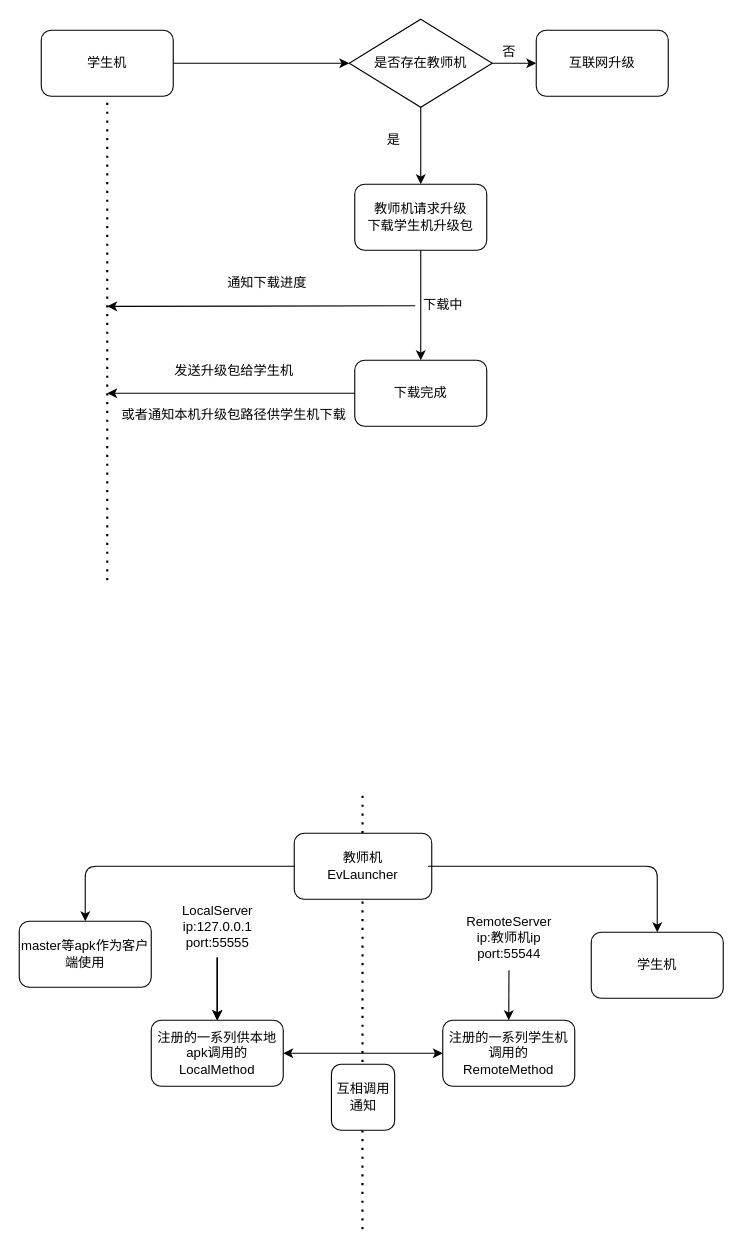
Earlier version of the draw.io diagram 升级包.drawio (kakarottoll/test). Source tidied: cells renumbered, new cells numbered last; positions are measured from the earlier drawing's top-left corner, leaving out a move shared by most shapes. Both pictures are drawn from the tidied source at 110%, with x=0, y=0 at pixel (19, 19).
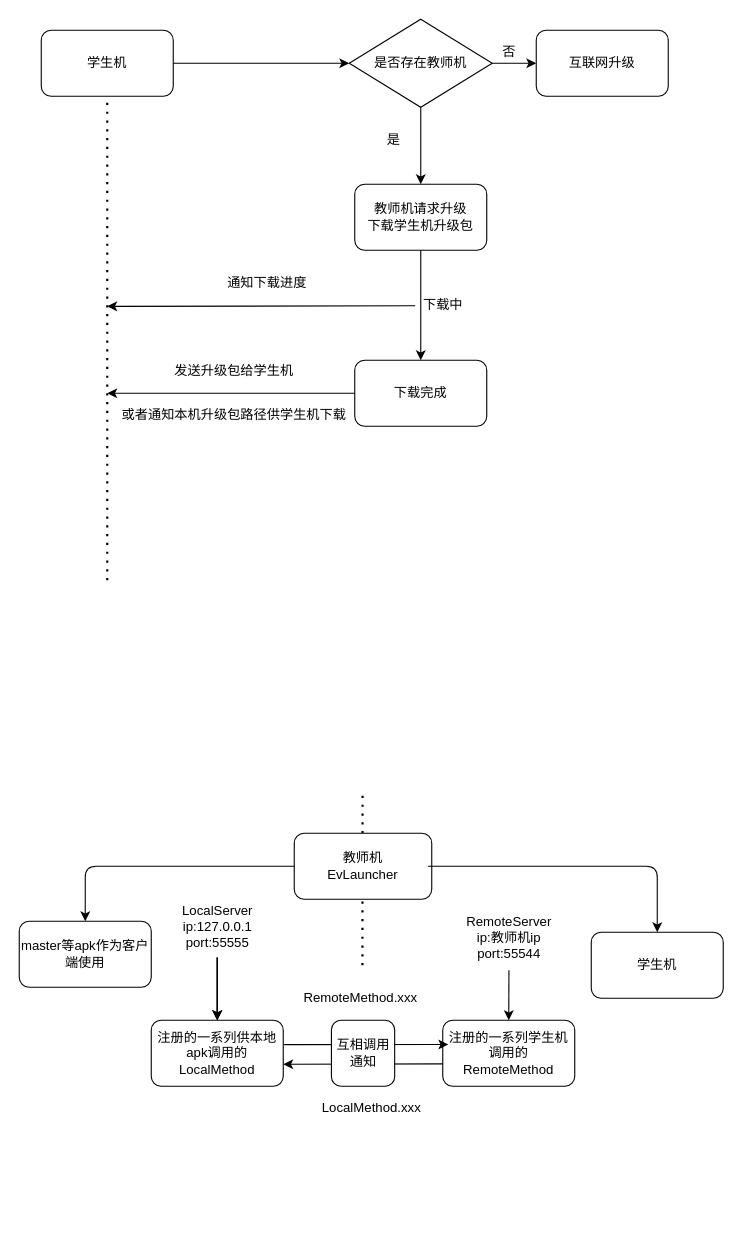
Above is the later version.

Unchanged cells that the change refers to:
```xml
<mxCell id="28" value="注册的一系列供本地apk调用的LocalMethod" style="rounded=1;whiteSpace=wrap;html=1;" parent="1" vertex="1">
  <mxGeometry x="120" y="910" width="120" height="60" as="geometry" />
</mxCell>
<mxCell id="30" value="注册的一系列学生机调用的RemoteMethod" style="rounded=1;whiteSpace=wrap;html=1;" parent="1" vertex="1">
  <mxGeometry x="385" y="910" width="120" height="60" as="geometry" />
</mxCell>
```

What changed in the source:
```diff
@@
     <mxCell id="2" style="endArrow=none;dashed=1;html=1;dashPattern=1 3;strokeWidth=2;" parent="1" edge="1">
       <mxGeometry relative="1" as="geometry">
-        <mxPoint x="312" y="1100" as="sourcePoint" />
+        <mxPoint x="312" y="860" as="sourcePoint" />
         <mxPoint x="312.1" y="700" as="targetPoint" />
       </mxGeometry>
     </mxCell>
@@
-    <mxCell id="34" style="endArrow=classic;startArrow=classic;html=1;exitX=1;exitY=0.5;exitDx=0;exitDy=0;entryX=0;entryY=0.5;entryDx=0;entryDy=0;" parent="1" edge="1" source="28" target="30">
+    <mxCell id="34" style="endArrow=classic;html=1;exitX=1.007;exitY=0.369;exitDx=0;exitDy=0;exitPerimeter=0;entryX=0.042;entryY=0.367;entryDx=0;entryDy=0;entryPerimeter=0;" parent="1" edge="1" source="28" target="30">
       <mxGeometry relative="1" as="geometry" />
     </mxCell>
+    <mxCell id="36" style="endArrow=classic;html=1;exitX=0;exitY=0.661;exitDx=0;exitDy=0;exitPerimeter=0;" parent="1" edge="1" source="30">
+      <mxGeometry relative="1" as="geometry">
+        <mxPoint x="240" y="950" as="targetPoint" />
+      </mxGeometry>
+    </mxCell>
+    <mxCell id="37" value="RemoteMethod.xxx" style="text;html=1;align=center;verticalAlign=middle;" parent="1" vertex="1">
+      <mxGeometry x="250" y="880" width="120" height="20" as="geometry" />
+    </mxCell>
+    <mxCell id="38" value="LocalMethod.xxx" style="text;html=1;align=center;verticalAlign=middle;" parent="1" vertex="1">
+      <mxGeometry x="265" y="980" width="110" height="20" as="geometry" />
+    </mxCell>
     <mxCell id="35" value="互相调用通知" style="rounded=1;whiteSpace=wrap;html=1;" parent="1" vertex="1">
-      <mxGeometry x="283.8" y="950" width="57.5" height="60" as="geometry" />
+      <mxGeometry x="283.8" y="910" width="57.5" height="60" as="geometry" />
     </mxCell>
```
